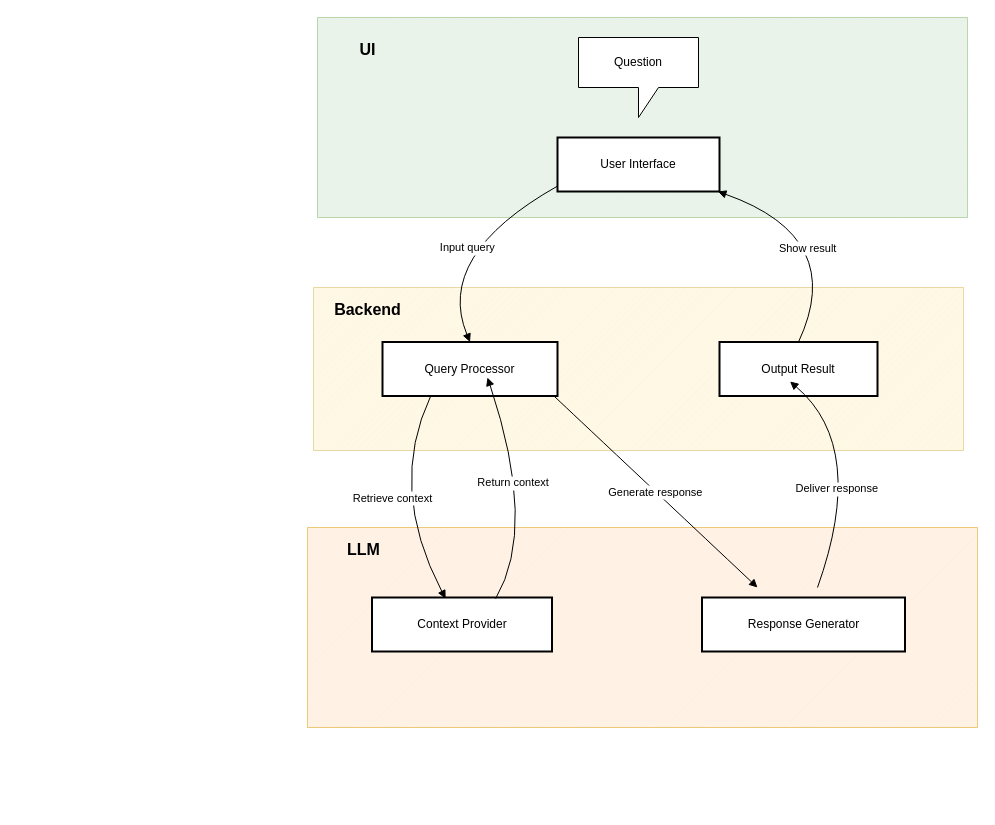
The draw.io diagram codexvitae.drawio in LuciaPauw/CodexVitae, before the edit. Source tidied: cells renumbered, new cells numbered last; positions are measured from the earlier drawing's top-left corner, leaving out a move shared by most shapes. Both pictures are drawn from the tidied source at 100%, with x=0, y=0 at pixel (307, 17).
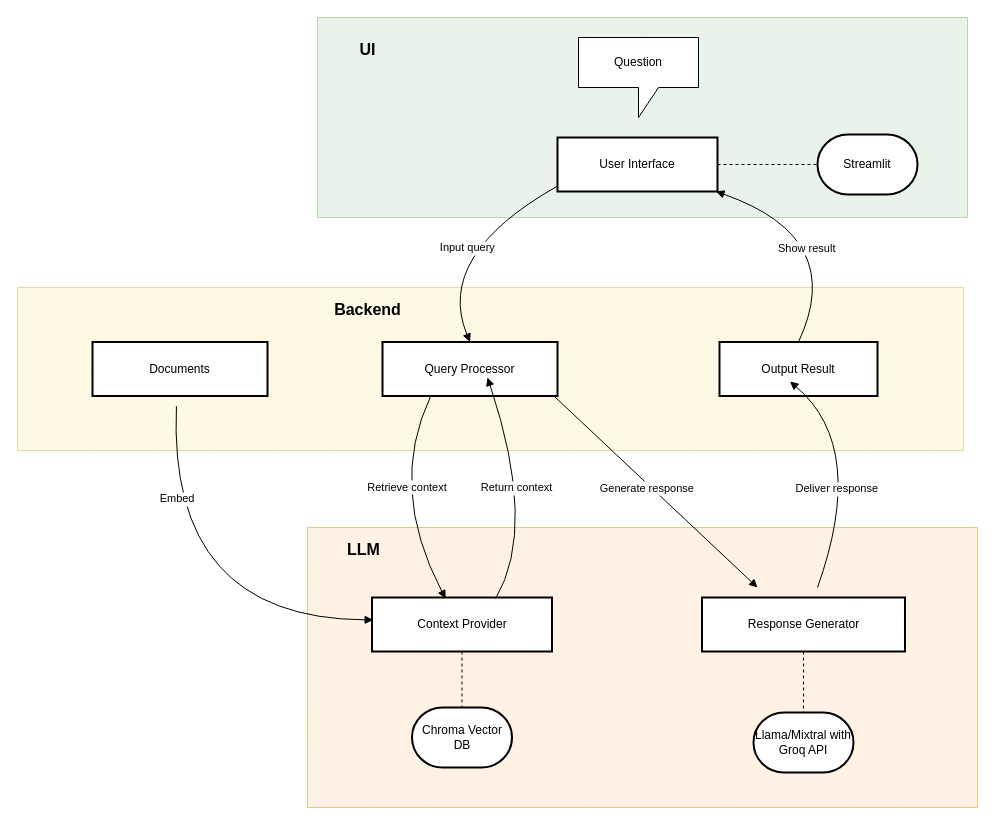
Above is the later version.

The change refers to these unchanged cells:
```xml
<mxCell id="6" value="Query Processor" style="whiteSpace=wrap;strokeWidth=2;" parent="1" vertex="1">
  <mxGeometry x="75" y="324.5" width="175" height="54" as="geometry" />
</mxCell>
<mxCell id="7" value="Context Provider" style="whiteSpace=wrap;strokeWidth=2;" parent="1" vertex="1">
  <mxGeometry x="64.5" y="580" width="180" height="54" as="geometry" />
</mxCell>
<mxCell id="8" value="Response Generator" style="whiteSpace=wrap;strokeWidth=2;" parent="1" vertex="1">
  <mxGeometry x="394.5" y="580" width="203" height="54" as="geometry" />
</mxCell>
```

Change to the diagram source:
```diff
@@
     <mxCell id="3" style="verticalLabelPosition=bottom;verticalAlign=top;html=1;shape=mxgraph.basic.patternFillRect;fillStyle=diag;step=5;fillStrokeWidth=0.2;fillStrokeColor=#dddddd;fillColor=#fff2cc;strokeColor=#d6b656;opacity=50;" parent="1" vertex="1">
-      <mxGeometry x="6" y="270" width="650" height="163" as="geometry" />
+      <mxGeometry x="-290" y="270" width="946" height="163" as="geometry" />
     </mxCell>
     <mxCell id="4" style="verticalLabelPosition=bottom;verticalAlign=top;html=1;shape=mxgraph.basic.patternFillRect;fillStyle=diag;step=5;fillStrokeWidth=0.2;fillStrokeColor=#dddddd;fillColor=#ffe6cc;strokeColor=#d79b00;opacity=50;" parent="1" vertex="1">
-      <mxGeometry y="510" width="670" height="200" as="geometry" />
+      <mxGeometry y="510" width="670" height="280" as="geometry" />
     </mxCell>
+    <mxCell id="21" style="edgeStyle=orthogonalEdgeStyle;rounded=0;jettySize=auto;html=1;dashed=1;endArrow=none;endFill=0;" parent="1" edge="1" source="5" target="24">
+      <mxGeometry relative="1" as="geometry" />
+    </mxCell>
     <mxCell id="5" value="User Interface" style="whiteSpace=wrap;strokeWidth=2;" parent="1" vertex="1">
-      <mxGeometry x="250" y="120" width="162" height="54" as="geometry" />
+      <mxGeometry x="250" y="120" width="160" height="54" as="geometry" />
     </mxCell>
@@
+    <mxCell id="22" style="edgeStyle=orthogonalEdgeStyle;rounded=0;jettySize=auto;html=1;dashed=1;endArrow=none;endFill=0;" parent="1" edge="1" source="7" target="25">
+      <mxGeometry relative="1" as="geometry" />
+    </mxCell>
@@
+    <mxCell id="23" style="edgeStyle=orthogonalEdgeStyle;rounded=0;jettySize=auto;html=1;dashed=1;endArrow=none;endFill=0;" parent="1" edge="1" source="8" target="26">
+      <mxGeometry relative="1" as="geometry" />
+    </mxCell>
@@
     <mxCell id="11" value="Retrieve context" style="curved=1;startArrow=none;endArrow=block;exitX=0.28;exitY=0.99;entryX=0.409;entryY=0.021;entryDx=0;entryDy=0;entryPerimeter=0;" parent="1" edge="1" source="6" target="7">
-      <mxGeometry relative="1" as="geometry">
+      <mxGeometry x="-0.03" y="18" relative="1" as="geometry">
         <Array as="points">
           <mxPoint x="80" y="470" />
         </Array>
       </mxGeometry>
     </mxCell>
     <mxCell id="12" value="Return context" style="curved=1;startArrow=none;endArrow=block;exitX=0.687;exitY=0.021;exitDx=0;exitDy=0;exitPerimeter=0;" parent="1" edge="1" source="7">
-      <mxGeometry x="0.11" y="8" relative="1" as="geometry">
+      <mxGeometry x="0.05" y="6" relative="1" as="geometry">
         <mxPoint x="180" y="360" as="targetPoint" />
         <Array as="points">
           <mxPoint x="230" y="510" />
         </Array>
-        <mxPoint y="1" as="offset" />
+        <mxPoint x="-1" y="-1" as="offset" />
       </mxGeometry>
     </mxCell>
     <mxCell id="13" value="Generate response" style="curved=1;startArrow=none;endArrow=block;exitX=0.97;exitY=0.99;" parent="1" edge="1" source="6">
-      <mxGeometry relative="1" as="geometry">
+      <mxGeometry x="-0.06" y="-3" relative="1" as="geometry">
         <mxPoint x="450" y="570" as="targetPoint" />
       </mxGeometry>
     </mxCell>
@@
+    <mxCell id="24" value="Streamlit" style="strokeWidth=2;html=1;shape=mxgraph.flowchart.terminator;whiteSpace=wrap;" parent="1" vertex="1">
+      <mxGeometry x="510" y="117" width="100" height="60" as="geometry" />
+    </mxCell>
+    <mxCell id="25" value="Chroma Vector DB" style="strokeWidth=2;html=1;shape=mxgraph.flowchart.terminator;whiteSpace=wrap;" parent="1" vertex="1">
+      <mxGeometry x="104.5" y="690" width="100" height="60" as="geometry" />
+    </mxCell>
+    <mxCell id="26" value="Llama/Mixtral with Groq API" style="strokeWidth=2;html=1;shape=mxgraph.flowchart.terminator;whiteSpace=wrap;" parent="1" vertex="1">
+      <mxGeometry x="446" y="695" width="100" height="60" as="geometry" />
+    </mxCell>
+    <mxCell id="27" value="Documents" style="whiteSpace=wrap;strokeWidth=2;" parent="1" vertex="1">
+      <mxGeometry x="-215" y="324.5" width="175" height="54" as="geometry" />
+    </mxCell>
+    <mxCell id="28" value="Embed" style="curved=1;startArrow=none;endArrow=block;exitX=0.168;exitY=0.728;entryX=0.098;entryY=0.33;entryDx=0;entryDy=0;entryPerimeter=0;exitDx=0;exitDy=0;exitPerimeter=0;" parent="1" edge="1" source="3" target="4">
+      <mxGeometry x="-0.56" y="5" relative="1" as="geometry">
+        <Array as="points">
+          <mxPoint x="-140" y="601" />
+        </Array>
+      </mxGeometry>
+    </mxCell>
```
